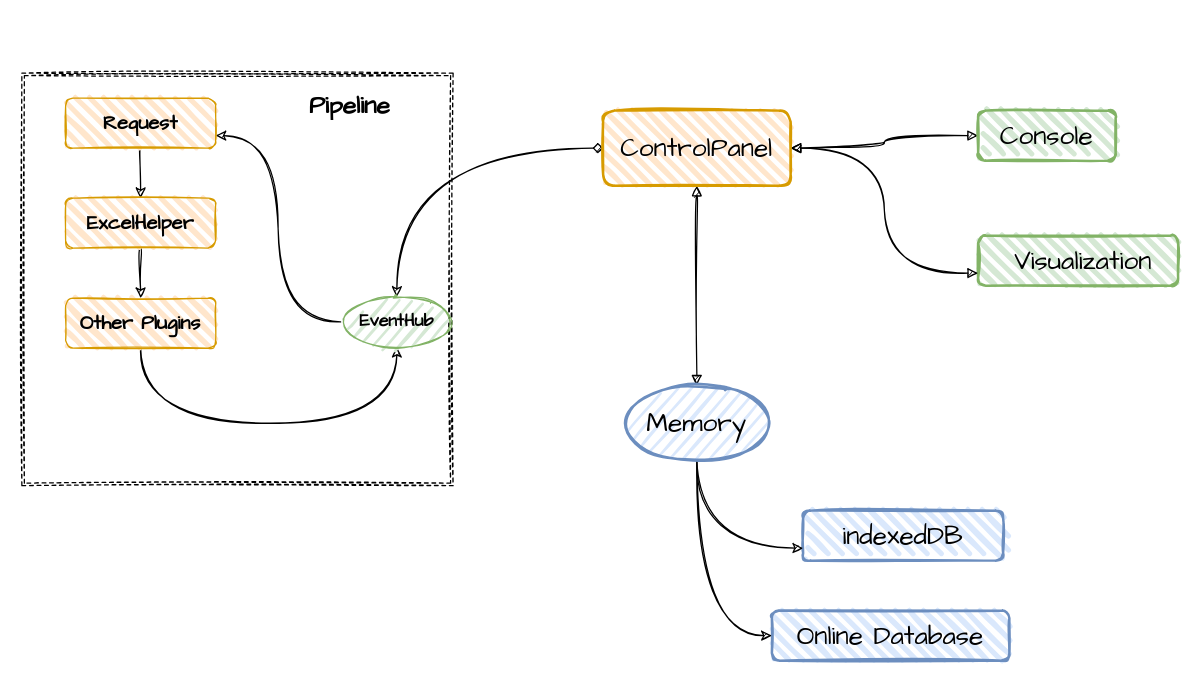
Earlier version of the draw.io diagram src/jspider.drawio (KonghaYao/jspider). Source tidied: cells renumbered, new cells numbered last; positions are measured from the earlier drawing's top-left corner, leaving out a move shared by most shapes. Both pictures are drawn from the tidied source at 125%, with x=0, y=0 at pixel (21, 72).
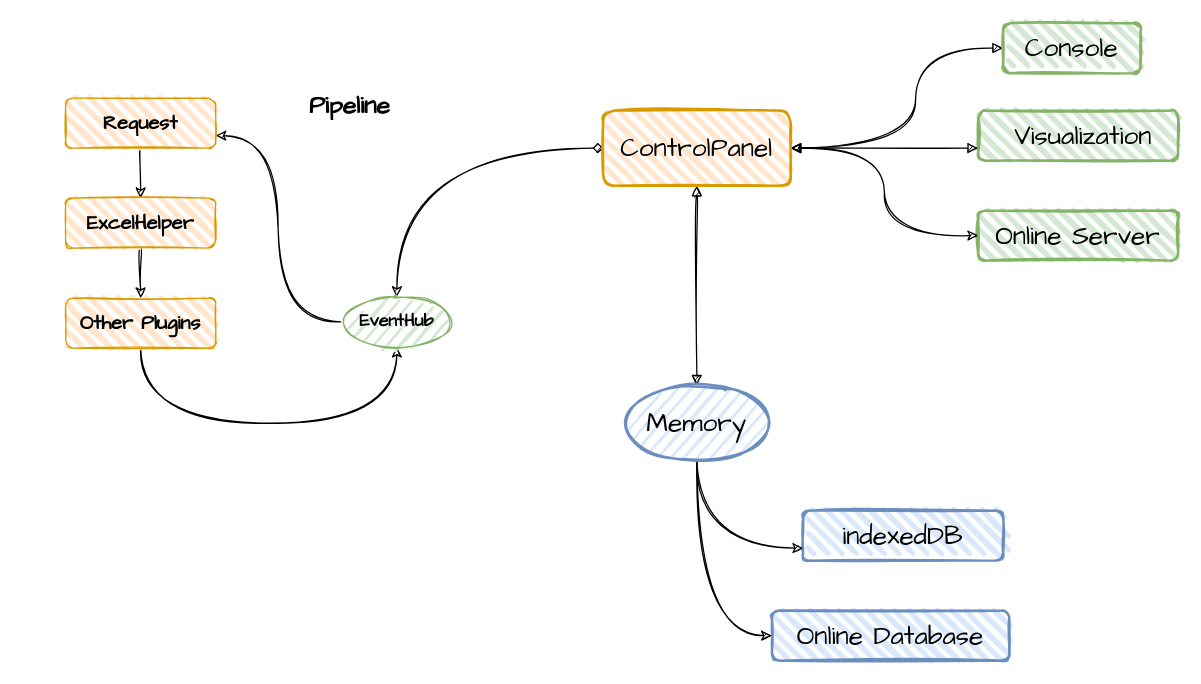
The same diagram, later.

The change refers to these unchanged cells:
```xml
<mxCell id="18" value="ControlPanel" style="whiteSpace=wrap;html=1;strokeWidth=2;fillWeight=4;hachureGap=8;hachureAngle=45;fillColor=#ffe6cc;strokeColor=#d79b00;fontFamily=Comic Sans MS;fontSize=21;sketch=1;rounded=1;" parent="16" vertex="1">
  <mxGeometry x="465" y="30" width="150" height="60" as="geometry" />
</mxCell>
```

Diff of the diagram source:
```diff
@@
-    <mxCell id="2" style="shape=ext;double=1;rounded=0;whiteSpace=wrap;html=1;dashed=1;sketch=1;fontFamily=Comic Sans MS;fontSize=21;fillColor=none;" parent="1" vertex="1">
-      <mxGeometry width="345" height="330" as="geometry" />
-    </mxCell>
@@
     <mxCell id="8" value="&amp;nbsp;Visualization" style="whiteSpace=wrap;html=1;strokeWidth=2;fillWeight=4;hachureGap=8;hachureAngle=45;fillColor=#d5e8d4;strokeColor=#82b366;fontFamily=Comic Sans MS;fontSize=21;sketch=1;rounded=1;" parent="1" vertex="1">
-      <mxGeometry x="765" y="130" width="160" height="40" as="geometry" />
+      <mxGeometry x="765" y="30" width="160" height="40" as="geometry" />
     </mxCell>
@@
     <mxCell id="13" style="edgeStyle=orthogonalEdgeStyle;rounded=0;jettySize=auto;html=1;sketch=1;endArrow=block;endFill=1;startArrow=block;startFill=1;curved=1;" parent="1" edge="1" source="18" target="20">
-      <mxGeometry relative="1" as="geometry" />
+      <mxGeometry relative="1" as="geometry">
+        <Array as="points">
+          <mxPoint x="715" y="60" />
+          <mxPoint x="715" y="-20" />
+        </Array>
+      </mxGeometry>
     </mxCell>
@@
+    <mxCell id="25" value="Online Server" style="whiteSpace=wrap;html=1;strokeWidth=2;fillWeight=4;hachureGap=8;hachureAngle=45;fillColor=#d5e8d4;strokeColor=#82b366;fontFamily=Comic Sans MS;fontSize=21;sketch=1;rounded=1;" parent="1" vertex="1">
+      <mxGeometry x="765" y="110" width="160" height="40" as="geometry" />
+    </mxCell>
+    <mxCell id="26" style="edgeStyle=orthogonalEdgeStyle;rounded=0;jettySize=auto;html=1;entryX=0;entryY=0.5;entryDx=0;entryDy=0;sketch=1;curved=1;startArrow=classic;startFill=0;" parent="1" edge="1" source="18" target="25">
+      <mxGeometry relative="1" as="geometry" />
+    </mxCell>
@@
     <mxCell id="20" value="Console" style="whiteSpace=wrap;html=1;strokeWidth=2;fillWeight=4;hachureGap=8;hachureAngle=45;fillColor=#d5e8d4;strokeColor=#82b366;fontFamily=Comic Sans MS;fontSize=21;sketch=1;rounded=1;" parent="16" vertex="1">
-      <mxGeometry x="765" y="30" width="110" height="40" as="geometry" />
+      <mxGeometry x="785" y="-40" width="110" height="40" as="geometry" />
     </mxCell>
```
